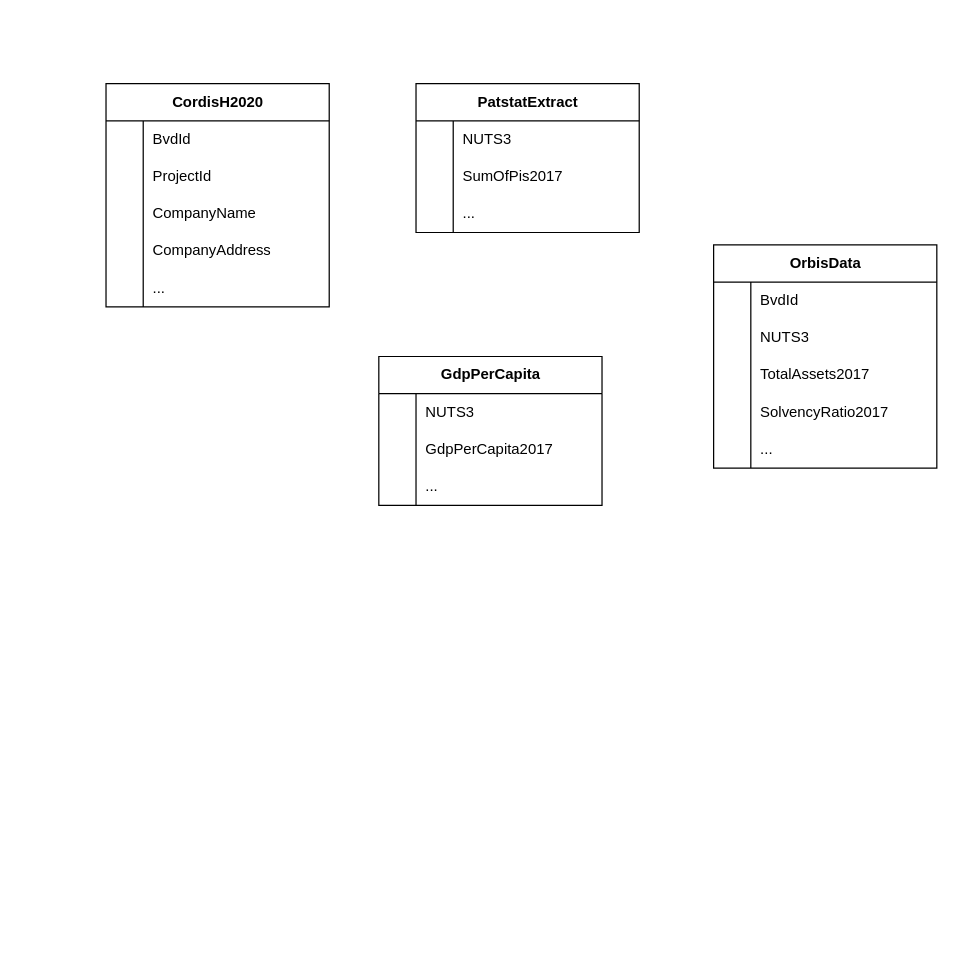
This is SimpleDbDiagram.drawio from fecco/h2020-link-prediction, a draw.io file, before an edit. Source tidied: cells renumbered, new cells numbered last; positions are measured from the earlier drawing's top-left corner, leaving out a move shared by most shapes. Both pictures are drawn from the tidied source at 124%, with x=0, y=0 at pixel (105, 83).
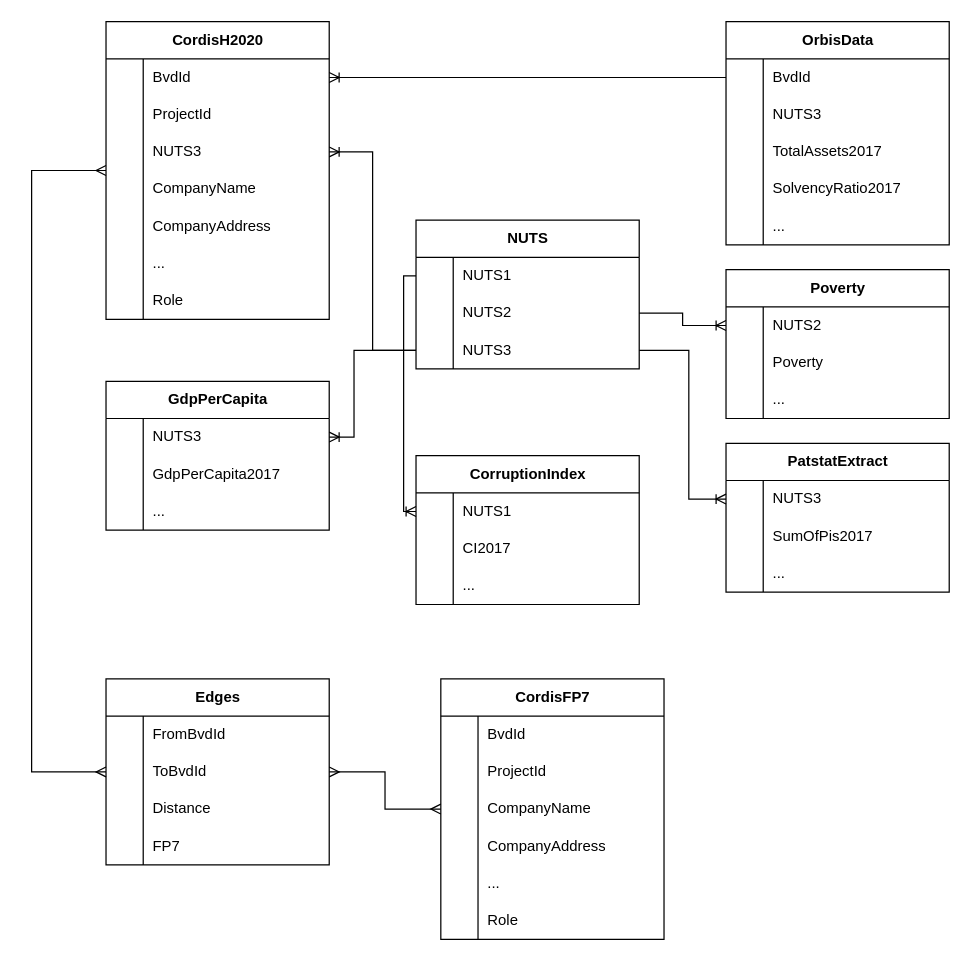
The same page after the edit.

The change refers to these unchanged cells:
```xml
<mxCell id="3" style="shape=tableRow;horizontal=0;startSize=0;swimlaneHead=0;swimlaneBody=0;fillColor=none;points=[[0,0.5],[1,0.5]];portConstraint=eastwest;top=0;left=0;right=0;bottom=0;" parent="2" vertex="1">
  <mxGeometry y="30" width="180" height="30" as="geometry" />
</mxCell>
<mxCell id="19" style="shape=tableRow;horizontal=0;startSize=0;swimlaneHead=0;swimlaneBody=0;fillColor=none;points=[[0,0.5],[1,0.5]];portConstraint=eastwest;top=0;left=0;right=0;bottom=0;" parent="18" vertex="1">
  <mxGeometry y="30" width="180" height="30" as="geometry" />
</mxCell>
<mxCell id="29" style="shape=tableRow;horizontal=0;startSize=0;swimlaneHead=0;swimlaneBody=0;fillColor=none;points=[[0,0.5],[1,0.5]];portConstraint=eastwest;top=0;left=0;right=0;bottom=0;" parent="28" vertex="1">
  <mxGeometry y="30" width="180" height="30" as="geometry" />
</mxCell>
<mxCell id="39" style="shape=tableRow;horizontal=0;startSize=0;swimlaneHead=0;swimlaneBody=0;fillColor=none;points=[[0,0.5],[1,0.5]];portConstraint=eastwest;top=0;left=0;right=0;bottom=0;" parent="38" vertex="1">
  <mxGeometry y="30" width="180" height="30" as="geometry" />
</mxCell>
```

The edit, as a diff of the source:
```diff
@@
     <mxCell id="2" value="CordisH2020" style="shape=table;startSize=30;childLayout=tableLayout;rowLines=0;fontStyle=1;align=center;html=1;" parent="1" vertex="1">
-      <mxGeometry width="180" height="180" as="geometry" />
+      <mxGeometry y="-50" width="180" height="240" as="geometry" />
     </mxCell>
@@
+    <mxCell id="54" style="shape=tableRow;horizontal=0;startSize=0;swimlaneHead=0;swimlaneBody=0;fillColor=none;points=[[0,0.5],[1,0.5]];portConstraint=eastwest;top=0;left=0;right=0;bottom=0;" parent="2" vertex="1">
+      <mxGeometry y="90" width="180" height="30" as="geometry" />
+    </mxCell>
+    <mxCell id="55" style="shape=partialRectangle;fillColor=none;top=0;left=0;bottom=0;right=0;overflow=hidden;whiteSpace=wrap;html=1;" parent="54" vertex="1">
+      <mxGeometry width="30" height="30" as="geometry" />
+    </mxCell>
+    <mxCell id="56" value="NUTS3" style="shape=partialRectangle;fillColor=none;top=0;left=0;bottom=0;right=0;align=left;spacingLeft=6;overflow=hidden;whiteSpace=wrap;html=1;" parent="54" vertex="1">
+      <mxGeometry x="30" width="150" height="30" as="geometry" />
+    </mxCell>
     <mxCell id="9" style="shape=tableRow;horizontal=0;startSize=0;swimlaneHead=0;swimlaneBody=0;fillColor=none;top=0;left=0;right=0;bottom=0;" parent="2" vertex="1">
-      <mxGeometry y="90" width="180" height="30" as="geometry" />
+      <mxGeometry y="120" width="180" height="30" as="geometry" />
     </mxCell>
@@
     <mxCell id="12" style="shape=tableRow;horizontal=0;startSize=0;swimlaneHead=0;swimlaneBody=0;fillColor=none;top=0;left=0;right=0;bottom=0;" parent="2" vertex="1">
-      <mxGeometry y="120" width="180" height="30" as="geometry" />
+      <mxGeometry y="150" width="180" height="30" as="geometry" />
     </mxCell>
@@
     <mxCell id="15" style="shape=tableRow;horizontal=0;startSize=0;swimlaneHead=0;swimlaneBody=0;fillColor=none;top=0;left=0;right=0;bottom=0;" parent="2" vertex="1">
-      <mxGeometry y="150" width="180" height="30" as="geometry" />
+      <mxGeometry y="180" width="180" height="30" as="geometry" />
     </mxCell>
@@
+    <mxCell id="57" style="shape=tableRow;horizontal=0;startSize=0;swimlaneHead=0;swimlaneBody=0;fillColor=none;top=0;left=0;right=0;bottom=0;" parent="2" vertex="1">
+      <mxGeometry y="210" width="180" height="30" as="geometry" />
+    </mxCell>
+    <mxCell id="58" style="shape=partialRectangle;fillColor=none;top=0;left=0;bottom=0;right=0;overflow=hidden;whiteSpace=wrap;html=1;" parent="57" vertex="1">
+      <mxGeometry width="30" height="30" as="geometry" />
+    </mxCell>
+    <mxCell id="59" value="Role" style="shape=partialRectangle;fillColor=none;top=0;left=0;bottom=0;right=0;align=left;spacingLeft=6;overflow=hidden;whiteSpace=wrap;html=1;" parent="57" vertex="1">
+      <mxGeometry x="30" width="150" height="30" as="geometry" />
+    </mxCell>
     <mxCell id="18" value="PatstatExtract" style="shape=table;startSize=30;childLayout=tableLayout;rowLines=0;fontStyle=1;align=center;html=1;" parent="1" vertex="1">
-      <mxGeometry x="250" width="180" height="120" as="geometry" />
+      <mxGeometry x="500" y="290" width="180" height="120" as="geometry" />
     </mxCell>
@@
     <mxCell id="28" value="GdpPerCapita" style="shape=table;startSize=30;childLayout=tableLayout;rowLines=0;fontStyle=1;align=center;html=1;" parent="1" vertex="1">
-      <mxGeometry x="220" y="220" width="180" height="120" as="geometry" />
+      <mxGeometry y="240" width="180" height="120" as="geometry" />
     </mxCell>
@@
     <mxCell id="38" value="OrbisData" style="shape=table;startSize=30;childLayout=tableLayout;rowLines=0;fontStyle=1;align=center;html=1;" parent="1" vertex="1">
-      <mxGeometry x="490" y="130" width="180" height="180" as="geometry" />
+      <mxGeometry x="500" y="-50" width="180" height="180" as="geometry" />
     </mxCell>
@@
+    <mxCell id="60" value="CorruptionIndex" style="shape=table;startSize=30;childLayout=tableLayout;rowLines=0;fontStyle=1;align=center;html=1;" parent="1" vertex="1">
+      <mxGeometry x="250" y="300" width="180" height="120" as="geometry" />
+    </mxCell>
+    <mxCell id="61" style="shape=tableRow;horizontal=0;startSize=0;swimlaneHead=0;swimlaneBody=0;fillColor=none;points=[[0,0.5],[1,0.5]];portConstraint=eastwest;top=0;left=0;right=0;bottom=0;" parent="60" vertex="1">
+      <mxGeometry y="30" width="180" height="30" as="geometry" />
+    </mxCell>
+    <mxCell id="62" style="shape=partialRectangle;fillColor=none;top=0;left=0;bottom=0;right=0;overflow=hidden;whiteSpace=wrap;html=1;" parent="61" vertex="1">
+      <mxGeometry width="30" height="30" as="geometry" />
+    </mxCell>
+    <mxCell id="63" value="NUTS1" style="shape=partialRectangle;fillColor=none;top=0;left=0;bottom=0;right=0;align=left;spacingLeft=6;overflow=hidden;whiteSpace=wrap;html=1;" parent="61" vertex="1">
+      <mxGeometry x="30" width="150" height="30" as="geometry" />
+    </mxCell>
+    <mxCell id="64" style="shape=tableRow;horizontal=0;startSize=0;swimlaneHead=0;swimlaneBody=0;fillColor=none;top=0;left=0;right=0;bottom=0;" parent="60" vertex="1">
+      <mxGeometry y="60" width="180" height="30" as="geometry" />
+    </mxCell>
+    <mxCell id="65" style="shape=partialRectangle;fillColor=none;top=0;left=0;bottom=0;right=0;overflow=hidden;whiteSpace=wrap;html=1;" parent="64" vertex="1">
+      <mxGeometry width="30" height="30" as="geometry" />
+    </mxCell>
+    <mxCell id="66" value="CI2017" style="shape=partialRectangle;fillColor=none;top=0;left=0;bottom=0;right=0;align=left;spacingLeft=6;overflow=hidden;whiteSpace=wrap;html=1;" parent="64" vertex="1">
+      <mxGeometry x="30" width="150" height="30" as="geometry" />
+    </mxCell>
+    <mxCell id="67" style="shape=tableRow;horizontal=0;startSize=0;swimlaneHead=0;swimlaneBody=0;fillColor=none;top=0;left=0;right=0;bottom=0;" parent="60" vertex="1">
+      <mxGeometry y="90" width="180" height="30" as="geometry" />
+    </mxCell>
+    <mxCell id="68" style="shape=partialRectangle;fillColor=none;top=0;left=0;bottom=0;right=0;overflow=hidden;whiteSpace=wrap;html=1;" parent="67" vertex="1">
+      <mxGeometry width="30" height="30" as="geometry" />
+    </mxCell>
+    <mxCell id="69" value="..." style="shape=partialRectangle;fillColor=none;top=0;left=0;bottom=0;right=0;align=left;spacingLeft=6;overflow=hidden;whiteSpace=wrap;html=1;" parent="67" vertex="1">
+      <mxGeometry x="30" width="150" height="30" as="geometry" />
+    </mxCell>
+    <mxCell id="70" value="NUTS" style="shape=table;startSize=30;childLayout=tableLayout;rowLines=0;fontStyle=1;align=center;html=1;" parent="1" vertex="1">
+      <mxGeometry x="250" y="110" width="180" height="120" as="geometry" />
+    </mxCell>
+    <mxCell id="71" style="shape=tableRow;horizontal=0;startSize=0;swimlaneHead=0;swimlaneBody=0;fillColor=none;points=[[0,0.5],[1,0.5]];portConstraint=eastwest;top=0;left=0;right=0;bottom=0;" parent="70" vertex="1">
+      <mxGeometry y="30" width="180" height="30" as="geometry" />
+    </mxCell>
+    <mxCell id="72" style="shape=partialRectangle;fillColor=none;top=0;left=0;bottom=0;right=0;overflow=hidden;whiteSpace=wrap;html=1;" parent="71" vertex="1">
+      <mxGeometry width="30" height="30" as="geometry" />
+    </mxCell>
+    <mxCell id="73" value="NUTS1" style="shape=partialRectangle;fillColor=none;top=0;left=0;bottom=0;right=0;align=left;spacingLeft=6;overflow=hidden;whiteSpace=wrap;html=1;" parent="71" vertex="1">
+      <mxGeometry x="30" width="150" height="30" as="geometry" />
+    </mxCell>
+    <mxCell id="74" style="shape=tableRow;horizontal=0;startSize=0;swimlaneHead=0;swimlaneBody=0;fillColor=none;points=[[0,0.5],[1,0.5]];portConstraint=eastwest;top=0;left=0;right=0;bottom=0;" parent="70" vertex="1">
+      <mxGeometry y="60" width="180" height="30" as="geometry" />
+    </mxCell>
+    <mxCell id="75" style="shape=partialRectangle;fillColor=none;top=0;left=0;bottom=0;right=0;overflow=hidden;whiteSpace=wrap;html=1;" parent="74" vertex="1">
+      <mxGeometry width="30" height="30" as="geometry" />
+    </mxCell>
+    <mxCell id="76" value="NUTS2" style="shape=partialRectangle;fillColor=none;top=0;left=0;bottom=0;right=0;align=left;spacingLeft=6;overflow=hidden;whiteSpace=wrap;html=1;" parent="74" vertex="1">
+      <mxGeometry x="30" width="150" height="30" as="geometry" />
+    </mxCell>
+    <mxCell id="77" style="shape=tableRow;horizontal=0;startSize=0;swimlaneHead=0;swimlaneBody=0;fillColor=none;points=[[0,0.5],[1,0.5]];portConstraint=eastwest;top=0;left=0;right=0;bottom=0;" parent="70" vertex="1">
+      <mxGeometry y="90" width="180" height="30" as="geometry" />
+    </mxCell>
+    <mxCell id="78" style="shape=partialRectangle;fillColor=none;top=0;left=0;bottom=0;right=0;overflow=hidden;whiteSpace=wrap;html=1;" parent="77" vertex="1">
+      <mxGeometry width="30" height="30" as="geometry" />
+    </mxCell>
+    <mxCell id="79" value="NUTS3" style="shape=partialRectangle;fillColor=none;top=0;left=0;bottom=0;right=0;align=left;spacingLeft=6;overflow=hidden;whiteSpace=wrap;html=1;" parent="77" vertex="1">
+      <mxGeometry x="30" width="150" height="30" as="geometry" />
+    </mxCell>
+    <mxCell id="80" value="Poverty" style="shape=table;startSize=30;childLayout=tableLayout;rowLines=0;fontStyle=1;align=center;html=1;" parent="1" vertex="1">
+      <mxGeometry x="500" y="150" width="180" height="120" as="geometry" />
+    </mxCell>
+    <mxCell id="81" style="shape=tableRow;horizontal=0;startSize=0;swimlaneHead=0;swimlaneBody=0;fillColor=none;points=[[0,0.5],[1,0.5]];portConstraint=eastwest;top=0;left=0;right=0;bottom=0;" parent="80" vertex="1">
+      <mxGeometry y="30" width="180" height="30" as="geometry" />
+    </mxCell>
+    <mxCell id="82" style="shape=partialRectangle;fillColor=none;top=0;left=0;bottom=0;right=0;overflow=hidden;whiteSpace=wrap;html=1;" parent="81" vertex="1">
+      <mxGeometry width="30" height="30" as="geometry" />
+    </mxCell>
+    <mxCell id="83" value="NUTS2" style="shape=partialRectangle;fillColor=none;top=0;left=0;bottom=0;right=0;align=left;spacingLeft=6;overflow=hidden;whiteSpace=wrap;html=1;" parent="81" vertex="1">
+      <mxGeometry x="30" width="150" height="30" as="geometry" />
+    </mxCell>
+    <mxCell id="84" style="shape=tableRow;horizontal=0;startSize=0;swimlaneHead=0;swimlaneBody=0;fillColor=none;top=0;left=0;right=0;bottom=0;" parent="80" vertex="1">
+      <mxGeometry y="60" width="180" height="30" as="geometry" />
+    </mxCell>
+    <mxCell id="85" style="shape=partialRectangle;fillColor=none;top=0;left=0;bottom=0;right=0;overflow=hidden;whiteSpace=wrap;html=1;" parent="84" vertex="1">
+      <mxGeometry width="30" height="30" as="geometry" />
+    </mxCell>
+    <mxCell id="86" value="Poverty" style="shape=partialRectangle;fillColor=none;top=0;left=0;bottom=0;right=0;align=left;spacingLeft=6;overflow=hidden;whiteSpace=wrap;html=1;" parent="84" vertex="1">
+      <mxGeometry x="30" width="150" height="30" as="geometry" />
+    </mxCell>
+    <mxCell id="87" style="shape=tableRow;horizontal=0;startSize=0;swimlaneHead=0;swimlaneBody=0;fillColor=none;top=0;left=0;right=0;bottom=0;" parent="80" vertex="1">
+      <mxGeometry y="90" width="180" height="30" as="geometry" />
+    </mxCell>
+    <mxCell id="88" style="shape=partialRectangle;fillColor=none;top=0;left=0;bottom=0;right=0;overflow=hidden;whiteSpace=wrap;html=1;" parent="87" vertex="1">
+      <mxGeometry width="30" height="30" as="geometry" />
+    </mxCell>
+    <mxCell id="89" value="..." style="shape=partialRectangle;fillColor=none;top=0;left=0;bottom=0;right=0;align=left;spacingLeft=6;overflow=hidden;whiteSpace=wrap;html=1;" parent="87" vertex="1">
+      <mxGeometry x="30" width="150" height="30" as="geometry" />
+    </mxCell>
+    <mxCell id="90" value="CordisFP7" style="shape=table;startSize=30;childLayout=tableLayout;rowLines=0;fontStyle=1;align=center;html=1;" parent="1" vertex="1">
+      <mxGeometry x="270" y="480" width="180" height="210" as="geometry" />
+    </mxCell>
+    <mxCell id="91" style="shape=tableRow;horizontal=0;startSize=0;swimlaneHead=0;swimlaneBody=0;fillColor=none;top=0;left=0;right=0;bottom=0;" parent="90" vertex="1">
+      <mxGeometry y="30" width="180" height="30" as="geometry" />
+    </mxCell>
+    <mxCell id="92" style="shape=partialRectangle;fillColor=none;top=0;left=0;bottom=0;right=0;overflow=hidden;whiteSpace=wrap;html=1;" parent="91" vertex="1">
+      <mxGeometry width="30" height="30" as="geometry" />
+    </mxCell>
+    <mxCell id="93" value="BvdId" style="shape=partialRectangle;fillColor=none;top=0;left=0;bottom=0;right=0;align=left;spacingLeft=6;overflow=hidden;whiteSpace=wrap;html=1;" parent="91" vertex="1">
+      <mxGeometry x="30" width="150" height="30" as="geometry" />
+    </mxCell>
+    <mxCell id="94" style="shape=tableRow;horizontal=0;startSize=0;swimlaneHead=0;swimlaneBody=0;fillColor=none;top=0;left=0;right=0;bottom=0;" parent="90" vertex="1">
+      <mxGeometry y="60" width="180" height="30" as="geometry" />
+    </mxCell>
+    <mxCell id="95" style="shape=partialRectangle;fillColor=none;top=0;left=0;bottom=0;right=0;overflow=hidden;whiteSpace=wrap;html=1;" parent="94" vertex="1">
+      <mxGeometry width="30" height="30" as="geometry" />
+    </mxCell>
+    <mxCell id="96" value="ProjectId" style="shape=partialRectangle;fillColor=none;top=0;left=0;bottom=0;right=0;align=left;spacingLeft=6;overflow=hidden;whiteSpace=wrap;html=1;" parent="94" vertex="1">
+      <mxGeometry x="30" width="150" height="30" as="geometry" />
+    </mxCell>
+    <mxCell id="97" style="shape=tableRow;horizontal=0;startSize=0;swimlaneHead=0;swimlaneBody=0;fillColor=none;top=0;left=0;right=0;bottom=0;" parent="90" vertex="1">
+      <mxGeometry y="90" width="180" height="30" as="geometry" />
+    </mxCell>
+    <mxCell id="98" style="shape=partialRectangle;fillColor=none;top=0;left=0;bottom=0;right=0;overflow=hidden;whiteSpace=wrap;html=1;" parent="97" vertex="1">
+      <mxGeometry width="30" height="30" as="geometry" />
+    </mxCell>
+    <mxCell id="99" value="CompanyName" style="shape=partialRectangle;fillColor=none;top=0;left=0;bottom=0;right=0;align=left;spacingLeft=6;overflow=hidden;whiteSpace=wrap;html=1;" parent="97" vertex="1">
+      <mxGeometry x="30" width="150" height="30" as="geometry" />
+    </mxCell>
+    <mxCell id="100" style="shape=tableRow;horizontal=0;startSize=0;swimlaneHead=0;swimlaneBody=0;fillColor=none;top=0;left=0;right=0;bottom=0;" parent="90" vertex="1">
+      <mxGeometry y="120" width="180" height="30" as="geometry" />
+    </mxCell>
+    <mxCell id="101" style="shape=partialRectangle;fillColor=none;top=0;left=0;bottom=0;right=0;overflow=hidden;whiteSpace=wrap;html=1;" parent="100" vertex="1">
+      <mxGeometry width="30" height="30" as="geometry" />
+    </mxCell>
+    <mxCell id="102" value="CompanyAddress" style="shape=partialRectangle;fillColor=none;top=0;left=0;bottom=0;right=0;align=left;spacingLeft=6;overflow=hidden;whiteSpace=wrap;html=1;" parent="100" vertex="1">
+      <mxGeometry x="30" width="150" height="30" as="geometry" />
+    </mxCell>
+    <mxCell id="103" style="shape=tableRow;horizontal=0;startSize=0;swimlaneHead=0;swimlaneBody=0;fillColor=none;top=0;left=0;right=0;bottom=0;" parent="90" vertex="1">
+      <mxGeometry y="150" width="180" height="30" as="geometry" />
+    </mxCell>
+    <mxCell id="104" style="shape=partialRectangle;fillColor=none;top=0;left=0;bottom=0;right=0;overflow=hidden;whiteSpace=wrap;html=1;" parent="103" vertex="1">
+      <mxGeometry width="30" height="30" as="geometry" />
+    </mxCell>
+    <mxCell id="105" value="..." style="shape=partialRectangle;fillColor=none;top=0;left=0;bottom=0;right=0;align=left;spacingLeft=6;overflow=hidden;whiteSpace=wrap;html=1;" parent="103" vertex="1">
+      <mxGeometry x="30" width="150" height="30" as="geometry" />
+    </mxCell>
+    <mxCell id="106" style="shape=tableRow;horizontal=0;startSize=0;swimlaneHead=0;swimlaneBody=0;fillColor=none;top=0;left=0;right=0;bottom=0;" parent="90" vertex="1">
+      <mxGeometry y="180" width="180" height="30" as="geometry" />
+    </mxCell>
+    <mxCell id="107" style="shape=partialRectangle;fillColor=none;top=0;left=0;bottom=0;right=0;overflow=hidden;whiteSpace=wrap;html=1;" parent="106" vertex="1">
+      <mxGeometry width="30" height="30" as="geometry" />
+    </mxCell>
+    <mxCell id="108" value="Role" style="shape=partialRectangle;fillColor=none;top=0;left=0;bottom=0;right=0;align=left;spacingLeft=6;overflow=hidden;whiteSpace=wrap;html=1;" parent="106" vertex="1">
+      <mxGeometry x="30" width="150" height="30" as="geometry" />
+    </mxCell>
+    <mxCell id="109" value="Edges" style="shape=table;startSize=30;childLayout=tableLayout;rowLines=0;fontStyle=1;align=center;html=1;" parent="1" vertex="1">
+      <mxGeometry y="480" width="180" height="150" as="geometry" />
+    </mxCell>
+    <mxCell id="110" style="shape=tableRow;horizontal=0;startSize=0;swimlaneHead=0;swimlaneBody=0;fillColor=none;top=0;left=0;right=0;bottom=0;" parent="109" vertex="1">
+      <mxGeometry y="30" width="180" height="30" as="geometry" />
+    </mxCell>
+    <mxCell id="111" style="shape=partialRectangle;fillColor=none;top=0;left=0;bottom=0;right=0;overflow=hidden;whiteSpace=wrap;html=1;" parent="110" vertex="1">
+      <mxGeometry width="30" height="30" as="geometry" />
+    </mxCell>
+    <mxCell id="112" value="FromBvdId" style="shape=partialRectangle;fillColor=none;top=0;left=0;bottom=0;right=0;align=left;spacingLeft=6;overflow=hidden;whiteSpace=wrap;html=1;" parent="110" vertex="1">
+      <mxGeometry x="30" width="150" height="30" as="geometry" />
+    </mxCell>
+    <mxCell id="113" style="shape=tableRow;horizontal=0;startSize=0;swimlaneHead=0;swimlaneBody=0;fillColor=none;top=0;left=0;right=0;bottom=0;" parent="109" vertex="1">
+      <mxGeometry y="60" width="180" height="30" as="geometry" />
+    </mxCell>
+    <mxCell id="114" style="shape=partialRectangle;fillColor=none;top=0;left=0;bottom=0;right=0;overflow=hidden;whiteSpace=wrap;html=1;" parent="113" vertex="1">
+      <mxGeometry width="30" height="30" as="geometry" />
+    </mxCell>
+    <mxCell id="115" value="ToBvdId" style="shape=partialRectangle;fillColor=none;top=0;left=0;bottom=0;right=0;align=left;spacingLeft=6;overflow=hidden;whiteSpace=wrap;html=1;" parent="113" vertex="1">
+      <mxGeometry x="30" width="150" height="30" as="geometry" />
+    </mxCell>
+    <mxCell id="116" style="shape=tableRow;horizontal=0;startSize=0;swimlaneHead=0;swimlaneBody=0;fillColor=none;top=0;left=0;right=0;bottom=0;" parent="109" vertex="1">
+      <mxGeometry y="90" width="180" height="30" as="geometry" />
+    </mxCell>
+    <mxCell id="117" style="shape=partialRectangle;fillColor=none;top=0;left=0;bottom=0;right=0;overflow=hidden;whiteSpace=wrap;html=1;" parent="116" vertex="1">
+      <mxGeometry width="30" height="30" as="geometry" />
+    </mxCell>
+    <mxCell id="118" value="Distance" style="shape=partialRectangle;fillColor=none;top=0;left=0;bottom=0;right=0;align=left;spacingLeft=6;overflow=hidden;whiteSpace=wrap;html=1;" parent="116" vertex="1">
+      <mxGeometry x="30" width="150" height="30" as="geometry" />
+    </mxCell>
+    <mxCell id="119" style="shape=tableRow;horizontal=0;startSize=0;swimlaneHead=0;swimlaneBody=0;fillColor=none;top=0;left=0;right=0;bottom=0;" parent="109" vertex="1">
+      <mxGeometry y="120" width="180" height="30" as="geometry" />
+    </mxCell>
+    <mxCell id="120" style="shape=partialRectangle;fillColor=none;top=0;left=0;bottom=0;right=0;overflow=hidden;whiteSpace=wrap;html=1;" parent="119" vertex="1">
+      <mxGeometry width="30" height="30" as="geometry" />
+    </mxCell>
+    <mxCell id="121" value="FP7" style="shape=partialRectangle;fillColor=none;top=0;left=0;bottom=0;right=0;align=left;spacingLeft=6;overflow=hidden;whiteSpace=wrap;html=1;" parent="119" vertex="1">
+      <mxGeometry x="30" width="150" height="30" as="geometry" />
+    </mxCell>
+    <mxCell id="122" style="edgeStyle=orthogonalEdgeStyle;fontSize=12;html=1;endArrow=ERoneToMany;rounded=0;" parent="1" edge="1" source="39" target="3">
+      <mxGeometry relative="1" as="geometry" />
+    </mxCell>
+    <mxCell id="123" style="edgeStyle=orthogonalEdgeStyle;fontSize=12;html=1;endArrow=ERoneToMany;rounded=0;entryX=0;entryY=0.5;entryDx=0;entryDy=0;" parent="1" edge="1" source="74" target="81">
+      <mxGeometry relative="1" as="geometry" />
+    </mxCell>
+    <mxCell id="124" style="edgeStyle=orthogonalEdgeStyle;fontSize=12;html=1;endArrow=ERoneToMany;rounded=0;entryX=0;entryY=0.5;entryDx=0;entryDy=0;" parent="1" edge="1" source="77" target="19">
+      <mxGeometry relative="1" as="geometry">
+        <Array as="points">
+          <mxPoint x="470" y="215" />
+          <mxPoint x="470" y="335" />
+        </Array>
+      </mxGeometry>
+    </mxCell>
+    <mxCell id="125" style="edgeStyle=orthogonalEdgeStyle;fontSize=12;html=1;endArrow=ERoneToMany;rounded=0;exitX=0;exitY=0.5;exitDx=0;exitDy=0;entryX=0;entryY=0.5;entryDx=0;entryDy=0;" parent="1" edge="1" source="71" target="61">
+      <mxGeometry relative="1" as="geometry" />
+    </mxCell>
+    <mxCell id="126" style="edgeStyle=orthogonalEdgeStyle;fontSize=12;html=1;endArrow=ERoneToMany;rounded=0;exitX=0;exitY=0.5;exitDx=0;exitDy=0;entryX=1;entryY=0.5;entryDx=0;entryDy=0;" parent="1" edge="1" source="77" target="29">
+      <mxGeometry relative="1" as="geometry">
+        <Array as="points">
+          <mxPoint x="200" y="215" />
+          <mxPoint x="200" y="285" />
+        </Array>
+      </mxGeometry>
+    </mxCell>
+    <mxCell id="127" style="edgeStyle=orthogonalEdgeStyle;fontSize=12;html=1;endArrow=ERoneToMany;rounded=0;" parent="1" edge="1" source="77" target="54">
+      <mxGeometry relative="1" as="geometry" />
+    </mxCell>
+    <mxCell id="128" style="edgeStyle=orthogonalEdgeStyle;fontSize=12;html=1;endArrow=ERmany;startArrow=ERmany;rounded=0;" parent="1" edge="1" source="109" target="90">
+      <mxGeometry relative="1" as="geometry" />
+    </mxCell>
+    <mxCell id="129" style="edgeStyle=orthogonalEdgeStyle;fontSize=12;html=1;endArrow=ERmany;startArrow=ERmany;rounded=0;" parent="1" edge="1" source="2" target="109">
+      <mxGeometry relative="1" as="geometry">
+        <Array as="points">
+          <mxPoint x="-60" y="70" />
+          <mxPoint x="-60" y="555" />
+        </Array>
+      </mxGeometry>
+    </mxCell>
```
